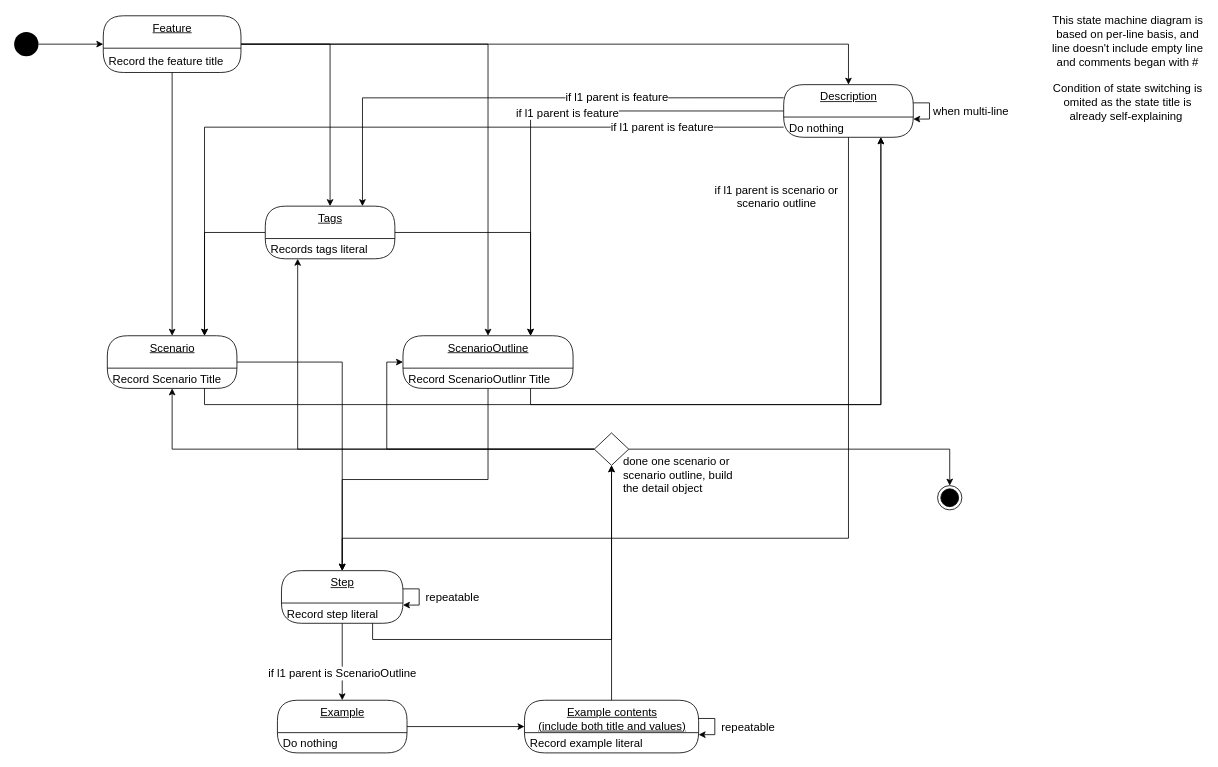
Before: page "State Machine Diagram for feature file parsing" (3 of 3) of doc/5903 diagram.drawio in CXwudi/comp5903-easy-cucumber, a draw.io diagram. Source tidied: cells renumbered, new cells numbered last; positions are measured from the earlier drawing's top-left corner, leaving out a move shared by most shapes. Both pictures are drawn from the tidied source at 81%, with x=0, y=0 at pixel (14, 15).
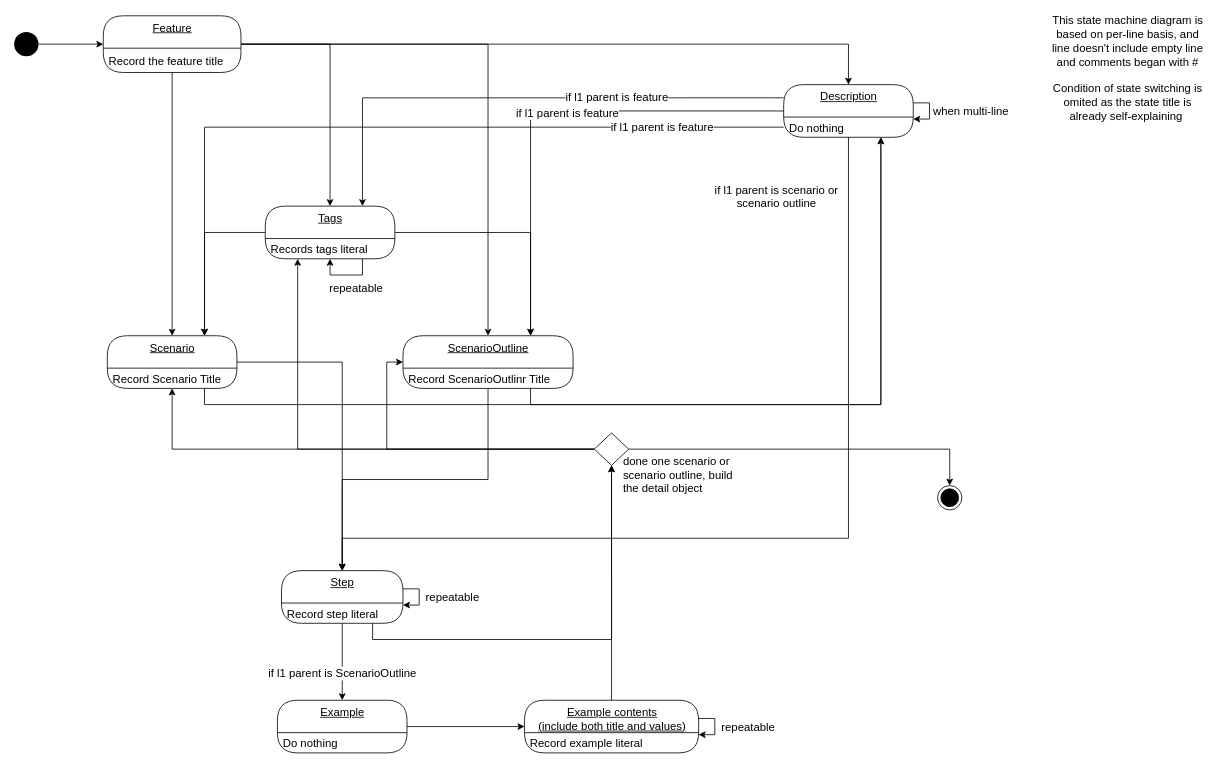
The same diagram, later.

The change refers to these unchanged cells:
```xml
<mxCell id="20" value="Tags" style="swimlane;fontStyle=4;align=center;verticalAlign=top;horizontal=1;startSize=40;html=1;rounded=1;absoluteArcSize=1;arcSize=50;fontSize=14;" parent="1" vertex="1">
  <mxGeometry x="310" y="235" width="160" height="65" as="geometry" />
</mxCell>
<mxCell id="21" value="Records tags literal" style="fillColor=none;strokeColor=none;align=left;verticalAlign=middle;spacingLeft=5;fontSize=14;" parent="20" vertex="1">
  <mxGeometry y="40" width="160" height="25" as="geometry" />
</mxCell>
```

The edit, as a diff of the source:
```diff
@@
+    <mxCell id="57" style="edgeStyle=orthogonalEdgeStyle;rounded=0;orthogonalLoop=1;jettySize=auto;html=1;exitX=0.75;exitY=1;exitDx=0;exitDy=0;entryX=0.5;entryY=1;entryDx=0;entryDy=0;fontSize=14;" parent="20" edge="1" source="21" target="21">
+      <mxGeometry relative="1" as="geometry" />
+    </mxCell>
+    <mxCell id="58" value="repeatable" style="edgeLabel;html=1;align=center;verticalAlign=middle;fontSize=14;" parent="57" vertex="1">
+      <mxGeometry x="-0.28" y="1" relative="1" as="geometry">
+        <mxPoint y="14" as="offset" />
+      </mxGeometry>
+    </mxCell>
```
